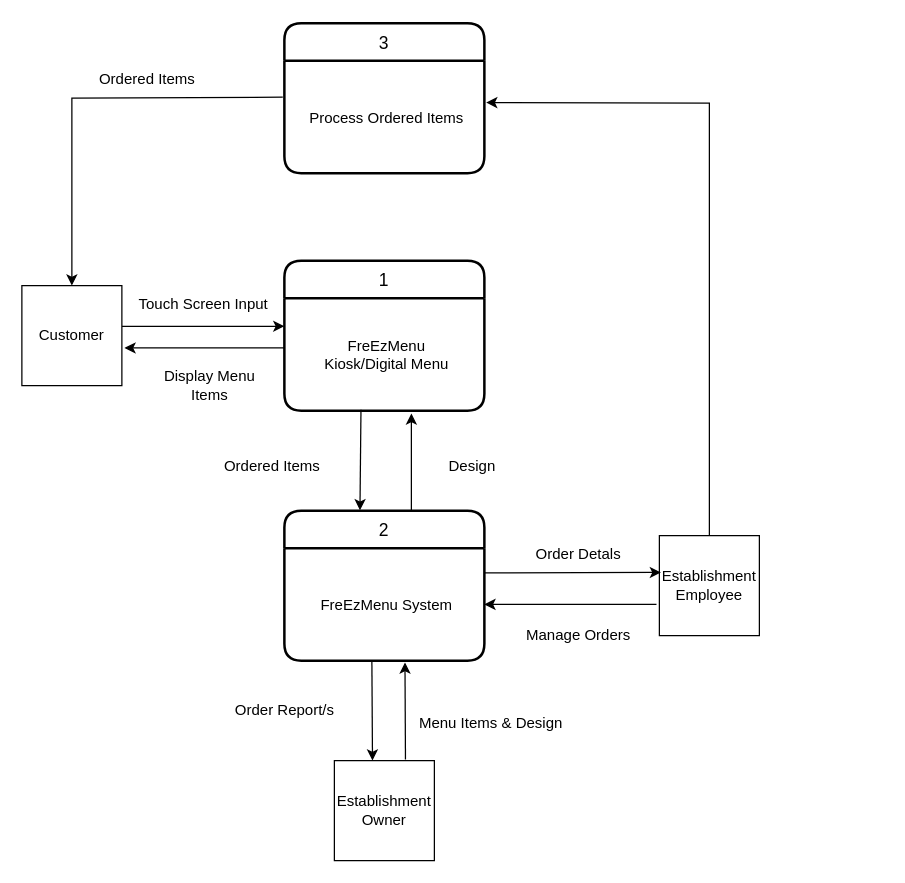
Above: DOCS/Diagrams/Data Flow Diagram 1.drawio in alexxGmZ/MenuMaApp (draw.io), before the change. Source tidied: cells renumbered, new cells numbered last; positions are measured from the earlier drawing's top-left corner, leaving out a move shared by most shapes. Both pictures are drawn from the tidied source at 125%, with x=0, y=0 at pixel (21, 22).
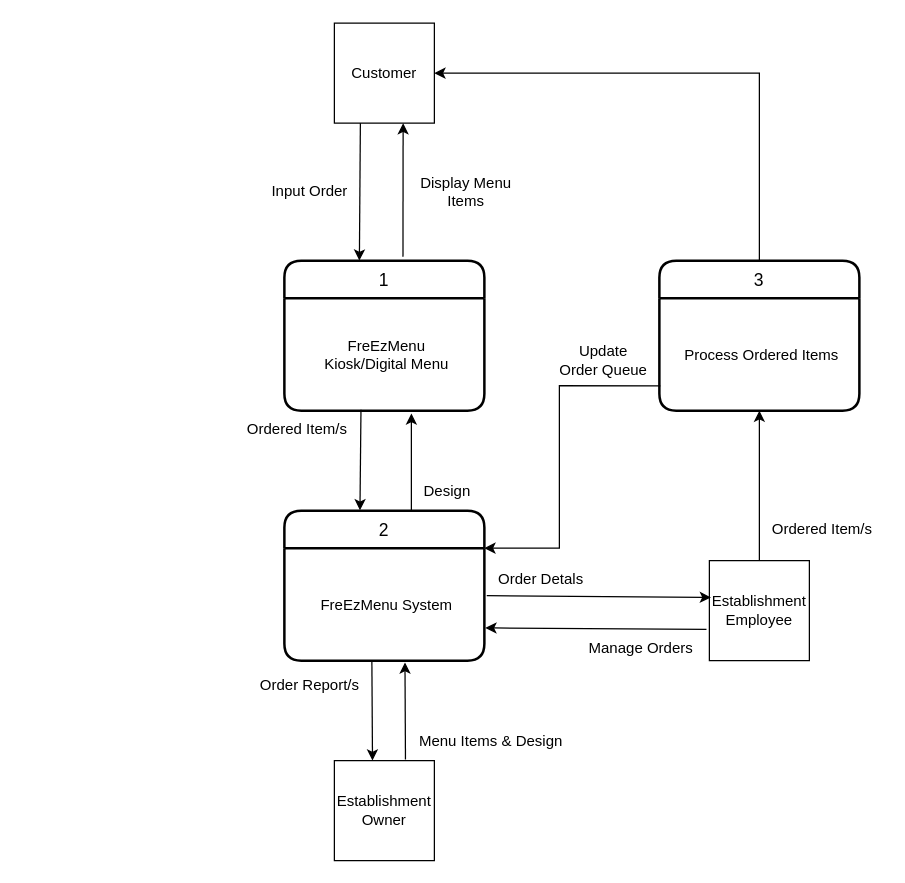
The same page after the edit.

Commit message (it also covers changes not shown here):
diagram(dfd): data flow diagram level 2

The change refers to these unchanged cells:
```xml
<mxCell id="5" value="1" style="swimlane;horizontal=1;startSize=30;rounded=1;fontSize=14;fontStyle=0;strokeWidth=2;shadow=0;dashed=0;align=center;" parent="1" vertex="1">
  <mxGeometry x="210" y="190" width="160" height="120" as="geometry" />
</mxCell>
<mxCell id="6" value="FreEzMenu&#10;Kiosk/Digital Menu" style="align=center;strokeColor=none;fillColor=none;spacingLeft=4;fontSize=12;verticalAlign=middle;" parent="5" vertex="1">
  <mxGeometry y="30" width="160" height="90" as="geometry" />
</mxCell>
<mxCell id="7" value="2" style="swimlane;horizontal=1;startSize=30;rounded=1;fontSize=14;fontStyle=0;strokeWidth=2;shadow=0;dashed=0;align=center;" parent="1" vertex="1">
  <mxGeometry x="210" y="390" width="160" height="120" as="geometry" />
</mxCell>
<mxCell id="8" value="FreEzMenu System" style="align=center;strokeColor=none;fillColor=none;spacingLeft=4;fontSize=12;verticalAlign=middle;" parent="7" vertex="1">
  <mxGeometry y="30" width="160" height="90" as="geometry" />
</mxCell>
<mxCell id="18" value="Process Ordered Items" style="align=center;strokeColor=none;fillColor=none;spacingLeft=4;fontSize=12;verticalAlign=middle;" parent="17" vertex="1">
  <mxGeometry y="30" width="160" height="90" as="geometry" />
</mxCell>
```

What changed in the source:
```diff
@@
     <mxCell id="2" value="Customer" style="whiteSpace=wrap;html=1;" parent="1" vertex="1">
-      <mxGeometry y="210" width="80" height="80" as="geometry" />
+      <mxGeometry x="250" width="80" height="80" as="geometry" />
     </mxCell>
     <mxCell id="3" value="Establishment&lt;br&gt;Employee" style="whiteSpace=wrap;html=1;" parent="1" vertex="1">
-      <mxGeometry x="510" y="410" width="80" height="80" as="geometry" />
+      <mxGeometry x="550" y="430" width="80" height="80" as="geometry" />
     </mxCell>
@@
-    <mxCell id="9" style="endArrow=classic;html=1;exitX=1.001;exitY=0.408;exitDx=0;exitDy=0;entryX=0;entryY=0.25;entryDx=0;entryDy=0;exitPerimeter=0;" parent="1" edge="1" source="2" target="6">
-      <mxGeometry relative="1" as="geometry" />
-    </mxCell>
-    <mxCell id="10" style="endArrow=classic;html=1;entryX=1.026;entryY=0.623;entryDx=0;entryDy=0;entryPerimeter=0;exitX=0;exitY=0.443;exitDx=0;exitDy=0;exitPerimeter=0;" parent="1" edge="1" source="6" target="2">
-      <mxGeometry relative="1" as="geometry" />
-    </mxCell>
@@
-    <mxCell id="13" style="endArrow=classic;html=1;exitX=1;exitY=0.22;exitDx=0;exitDy=0;exitPerimeter=0;entryX=0.016;entryY=0.368;entryDx=0;entryDy=0;entryPerimeter=0;" parent="1" edge="1" source="8" target="3">
+    <mxCell id="13" style="endArrow=classic;html=1;exitX=1.012;exitY=0.422;exitDx=0;exitDy=0;exitPerimeter=0;entryX=0.016;entryY=0.368;entryDx=0;entryDy=0;entryPerimeter=0;" parent="1" edge="1" source="8" target="3">
       <mxGeometry relative="1" as="geometry" />
     </mxCell>
-    <mxCell id="14" style="endArrow=classic;html=1;exitX=-0.029;exitY=0.688;exitDx=0;exitDy=0;exitPerimeter=0;entryX=1;entryY=0.5;entryDx=0;entryDy=0;" parent="1" edge="1" source="3" target="8">
+    <mxCell id="14" style="endArrow=classic;html=1;exitX=-0.029;exitY=0.688;exitDx=0;exitDy=0;exitPerimeter=0;entryX=1.005;entryY=0.709;entryDx=0;entryDy=0;entryPerimeter=0;" parent="1" edge="1" source="3" target="8">
       <mxGeometry relative="1" as="geometry" />
     </mxCell>
@@
     <mxCell id="17" value="3" style="swimlane;horizontal=1;startSize=30;rounded=1;fontSize=14;fontStyle=0;strokeWidth=2;shadow=0;dashed=0;align=center;" parent="1" vertex="1">
-      <mxGeometry x="210" width="160" height="120" as="geometry" />
+      <mxGeometry x="510" y="190" width="160" height="120" as="geometry" />
     </mxCell>
@@
-    <mxCell id="19" style="endArrow=classic;html=1;entryX=1.009;entryY=0.373;entryDx=0;entryDy=0;entryPerimeter=0;rounded=0;exitX=0.5;exitY=0;exitDx=0;exitDy=0;" parent="1" edge="1" source="3" target="18">
-      <mxGeometry relative="1" as="geometry">
-        <Array as="points">
-          <mxPoint x="550" y="64" />
-        </Array>
-      </mxGeometry>
+    <mxCell id="19" style="endArrow=classic;html=1;entryX=0.5;entryY=1;entryDx=0;entryDy=0;rounded=0;exitX=0.5;exitY=0;exitDx=0;exitDy=0;" parent="1" edge="1" source="3" target="18">
+      <mxGeometry relative="1" as="geometry" />
     </mxCell>
-    <mxCell id="20" style="endArrow=classic;html=1;rounded=0;entryX=0.5;entryY=0;entryDx=0;entryDy=0;exitX=-0.008;exitY=0.325;exitDx=0;exitDy=0;exitPerimeter=0;" parent="1" edge="1" source="18" target="2">
+    <mxCell id="20" style="endArrow=classic;html=1;rounded=0;entryX=1;entryY=0.5;entryDx=0;entryDy=0;exitX=0.5;exitY=0;exitDx=0;exitDy=0;" parent="1" edge="1" source="17" target="2">
       <mxGeometry relative="1" as="geometry">
         <Array as="points">
-          <mxPoint x="40" y="60" />
+          <mxPoint x="590" y="40" />
         </Array>
       </mxGeometry>
     </mxCell>
-    <mxCell id="21" value="Ordered Items" style="text;html=1;align=center;verticalAlign=middle;strokeColor=none;fillColor=none;" parent="1" vertex="1">
-      <mxGeometry x="50" y="30" width="100" height="30" as="geometry" />
+    <mxCell id="21" value="Ordered Item/s" style="text;html=1;align=center;verticalAlign=middle;strokeColor=none;fillColor=none;" parent="1" vertex="1">
+      <mxGeometry x="590" y="390" width="100" height="30" as="geometry" />
     </mxCell>
-    <mxCell id="22" value="Touch Screen Input" style="text;html=1;align=center;verticalAlign=middle;strokeColor=none;fillColor=none;" parent="1" vertex="1">
-      <mxGeometry x="80" y="210" width="130" height="30" as="geometry" />
+    <mxCell id="22" value="Input Order" style="text;html=1;align=center;verticalAlign=middle;strokeColor=none;fillColor=none;" parent="1" vertex="1">
+      <mxGeometry x="190" y="120" width="80" height="30" as="geometry" />
     </mxCell>
     <mxCell id="23" value="Display Menu&lt;br&gt;Items" style="text;html=1;align=center;verticalAlign=middle;strokeColor=none;fillColor=none;" parent="1" vertex="1">
-      <mxGeometry x="100" y="270" width="100" height="40" as="geometry" />
+      <mxGeometry x="305" y="115" width="100" height="40" as="geometry" />
     </mxCell>
-    <mxCell id="24" value="Ordered Items" style="text;html=1;align=center;verticalAlign=middle;strokeColor=none;fillColor=none;" parent="1" vertex="1">
-      <mxGeometry x="150" y="340" width="100" height="30" as="geometry" />
+    <mxCell id="24" value="Ordered Item/s" style="text;html=1;align=center;verticalAlign=middle;strokeColor=none;fillColor=none;" parent="1" vertex="1">
+      <mxGeometry x="170" y="310" width="100" height="30" as="geometry" />
     </mxCell>
     <mxCell id="25" value="Design" style="text;html=1;align=center;verticalAlign=middle;strokeColor=none;fillColor=none;" parent="1" vertex="1">
-      <mxGeometry x="330" y="340" width="60" height="30" as="geometry" />
+      <mxGeometry x="310" y="360" width="60" height="30" as="geometry" />
     </mxCell>
     <mxCell id="26" value="Order Report/s" style="text;html=1;align=center;verticalAlign=middle;strokeColor=none;fillColor=none;" parent="1" vertex="1">
-      <mxGeometry x="160" y="535" width="100" height="30" as="geometry" />
+      <mxGeometry x="180" y="515" width="100" height="30" as="geometry" />
     </mxCell>
     <mxCell id="27" value="Menu Items &amp;amp; Design" style="text;html=1;align=center;verticalAlign=middle;strokeColor=none;fillColor=none;" parent="1" vertex="1">
-      <mxGeometry x="305" y="545" width="140" height="30" as="geometry" />
+      <mxGeometry x="305" y="560" width="140" height="30" as="geometry" />
     </mxCell>
     <mxCell id="28" value="Order Detals" style="text;html=1;align=center;verticalAlign=middle;strokeColor=none;fillColor=none;" parent="1" vertex="1">
-      <mxGeometry x="400" y="410" width="90" height="30" as="geometry" />
+      <mxGeometry x="370" y="430" width="90" height="30" as="geometry" />
     </mxCell>
     <mxCell id="29" value="Manage Orders" style="text;html=1;align=center;verticalAlign=middle;strokeColor=none;fillColor=none;" parent="1" vertex="1">
-      <mxGeometry x="390" y="475" width="110" height="30" as="geometry" />
+      <mxGeometry x="440" y="485" width="110" height="30" as="geometry" />
     </mxCell>
+    <mxCell id="30" style="endArrow=classic;html=1;entryX=0.375;entryY=0;entryDx=0;entryDy=0;entryPerimeter=0;exitX=0.383;exitY=0.993;exitDx=0;exitDy=0;exitPerimeter=0;" parent="1" edge="1" target="5">
+      <mxGeometry relative="1" as="geometry">
+        <mxPoint x="270.8" y="80" as="sourcePoint" />
+      </mxGeometry>
+    </mxCell>
+    <mxCell id="31" style="endArrow=classic;html=1;entryX=0.635;entryY=1.025;entryDx=0;entryDy=0;entryPerimeter=0;exitX=0.593;exitY=-0.026;exitDx=0;exitDy=0;exitPerimeter=0;" parent="1" edge="1" source="5">
+      <mxGeometry relative="1" as="geometry">
+        <mxPoint x="305" y="80" as="targetPoint" />
+      </mxGeometry>
+    </mxCell>
+    <mxCell id="32" style="endArrow=classic;html=1;rounded=0;entryX=1;entryY=0.25;entryDx=0;entryDy=0;exitX=0.005;exitY=0.78;exitDx=0;exitDy=0;exitPerimeter=0;" parent="1" edge="1" source="18" target="7">
+      <mxGeometry relative="1" as="geometry">
+        <Array as="points">
+          <mxPoint x="430" y="290" />
+          <mxPoint x="430" y="420" />
+        </Array>
+      </mxGeometry>
+    </mxCell>
+    <mxCell id="33" value="Update &lt;br&gt;Order Queue" style="text;html=1;align=center;verticalAlign=middle;strokeColor=none;fillColor=none;" parent="1" vertex="1">
+      <mxGeometry x="420" y="250" width="90" height="40" as="geometry" />
+    </mxCell>
```
